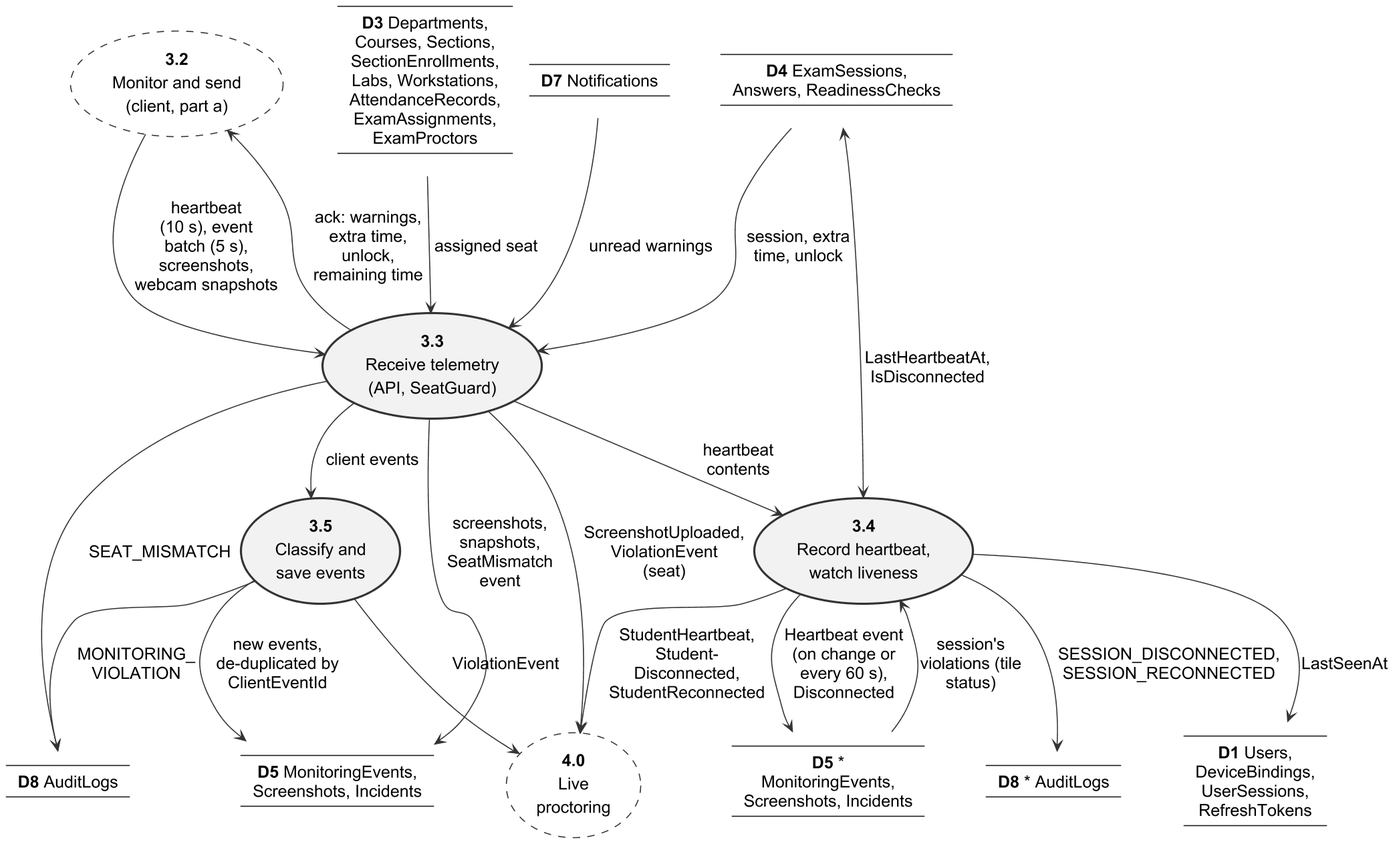
This is important docs/fyp_doc_3chatp/Figures/dfd_level_2_api.png from Haiderali27-hub/AI-Lab-Monitoring-, a PlantUML export, as it was before one commit. Source of this version:
```plantuml
@startuml
!include style.iuml
skinparam defaultFontSize 16
skinparam ArrowFontSize 16
skinparam nodesep 14
skinparam ranksep 34
skinparam defaultTextAlignment center
skinparam rectangle<<entity>> {
  BorderThickness 2
  RoundCorner 0
  BackgroundColor #FFFFFF
}
skinparam usecase {
  BorderColor #333333
  BorderThickness 2
  BackgroundColor #F2F2F2
}
skinparam usecase<<ref>> {
  BorderStyle dashed
  BorderThickness 1
  BackgroundColor #FFFFFF
}
skinparam label {
  FontSize 16
}
hide stereotype

usecase "**3.3**\nReceive telemetry\n(API, SeatGuard)" as P33
usecase "**3.4**\nRecord heartbeat,\nwatch liveness" as P34
usecase "**3.5**\nClassify and\nsave events" as P35
usecase "**4.0**\nLive\nproctoring" <<ref>> as P4
label D1 [
----
**D1** Users,
DeviceBindings,
UserSessions,
RefreshTokens
----
]
label D3 [
----
**D3** Departments,
Courses, Sections,
SectionEnrollments,
Labs, Workstations,
AttendanceRecords,
ExamAssignments,
ExamProctors
----
]
label D4 [
----
**D4** ExamSessions,
Answers, ReadinessChecks
----
]
label D5 [
----
**D5** MonitoringEvents,
Screenshots, Incidents
----
]
label D7 [
----
**D7** Notifications
----
]
label D8 [
----
**D8** AuditLogs
----
]
label D8b [
----
**D8 *** AuditLogs
----
]
label D5b [
----
**D5 ***
MonitoringEvents,
Screenshots, Incidents
----
]
usecase "**3.2**\nMonitor and send\n(client, part a)" <<ref>> as P32

P32 --> P33 : heartbeat\n(10 s), event\nbatch (5 s),\nscreenshots,\nwebcam snapshots
P32 <-- P33 : ack: warnings,\nextra time,\nunlock,\nremaining time
D3 --> P33 : assigned seat
D4 --> P33 : session, extra\ntime, unlock
D7 --> P33 : unread warnings
P33 --> P34 : heartbeat\ncontents
P33 --> P35 : client events
P33 --> D5 : screenshots,\nsnapshots,\nSeatMismatch\nevent
P33 --> D8 : SEAT_MISMATCH
P33 --> P4 : ScreenshotUploaded,\nViolationEvent\n(seat)
D4 <--> P34 : LastHeartbeatAt,\nIsDisconnected
P34 <-- D5b : session's\nviolations (tile\nstatus)
P34 --> D5b : Heartbeat event\n(on change or\nevery 60 s),\nDisconnected
P34 --> D1 : LastSeenAt
P34 --> D8b : SESSION_DISCONNECTED,\nSESSION_RECONNECTED
P34 --> P4 : StudentHeartbeat,\nStudent-\nDisconnected,\nStudentReconnected
P35 --> D5 : new events,\nde-duplicated by\nClientEventId
P35 --> D8 : MONITORING_\nVIOLATION
P35 --> P4 : ViolationEvent
D8 -[hidden]right- D5
D5 -[hidden]right- P4
P4 -[hidden]right- D5b
D5b -[hidden]right- D8b
D8b -[hidden]right- D1
P35 -[hidden]right- P34
@enduml
```
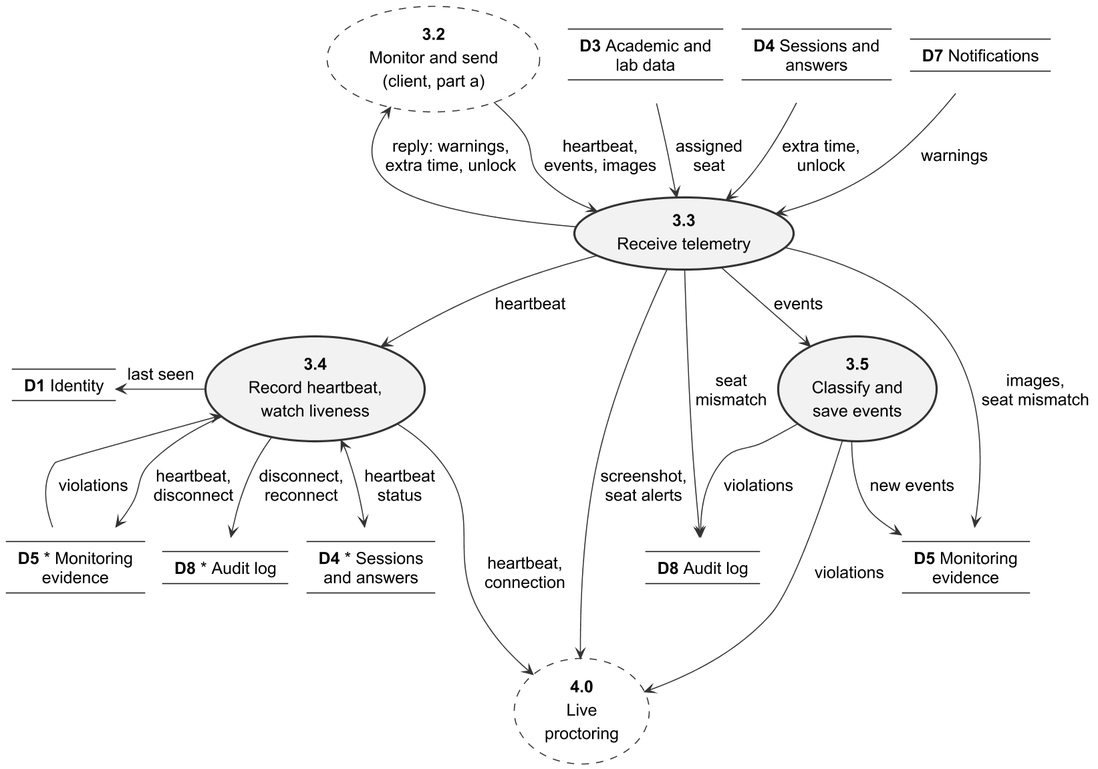
The same diagram one commit later.

Change to the diagram source:
```diff
@@ -2,8 +2,8 @@
 !include style.iuml
 skinparam defaultFontSize 16
 skinparam ArrowFontSize 16
-skinparam nodesep 14
-skinparam ranksep 34
+skinparam nodesep 16
+skinparam ranksep 40
 skinparam defaultTextAlignment center
 skinparam rectangle<<entity>> {
   BorderThickness 2
@@ -24,40 +24,19 @@
   FontSize 16
 }
 hide stereotype
+top to bottom direction
 
-usecase "**3.3**\nReceive telemetry\n(API, SeatGuard)" as P33
-usecase "**3.4**\nRecord heartbeat,\nwatch liveness" as P34
-usecase "**3.5**\nClassify and\nsave events" as P35
-usecase "**4.0**\nLive\nproctoring" <<ref>> as P4
-label D1 [
-----
-**D1** Users,
-DeviceBindings,
-UserSessions,
-RefreshTokens
-----
-]
+usecase "**3.2**\nMonitor and send\n(client, part a)" <<ref>> as P32
 label D3 [
 ----
-**D3** Departments,
-Courses, Sections,
-SectionEnrollments,
-Labs, Workstations,
-AttendanceRecords,
-ExamAssignments,
-ExamProctors
+**D3** Academic and
+lab data
 ----
 ]
 label D4 [
 ----
-**D4** ExamSessions,
-Answers, ReadinessChecks
-----
-]
-label D5 [
-----
-**D5** MonitoringEvents,
-Screenshots, Incidents
+**D4** Sessions and
+answers
 ----
 ]
 label D7 [
@@ -65,48 +44,66 @@
 **D7** Notifications
 ----
 ]
-label D8 [
+usecase "**3.3**\nReceive telemetry" as P33
+usecase "**3.4**\nRecord heartbeat,\nwatch liveness" as P34
+usecase "**3.5**\nClassify and\nsave events" as P35
+label D4b [
 ----
-**D8** AuditLogs
+**D4 *** Sessions
+and answers
+----
+]
+label D1 [
+----
+**D1** Identity
+----
+]
+label D5b [
+----
+**D5 *** Monitoring
+evidence
 ----
 ]
 label D8b [
 ----
-**D8 *** AuditLogs
+**D8 *** Audit log
 ----
 ]
-label D5b [
+label D5 [
 ----
-**D5 ***
-MonitoringEvents,
-Screenshots, Incidents
+**D5** Monitoring
+evidence
 ----
 ]
-usecase "**3.2**\nMonitor and send\n(client, part a)" <<ref>> as P32
+label D8 [
+----
+**D8** Audit log
+----
+]
+usecase "**4.0**\nLive\nproctoring" <<ref>> as P4
 
-P32 --> P33 : heartbeat\n(10 s), event\nbatch (5 s),\nscreenshots,\nwebcam snapshots
-P32 <-- P33 : ack: warnings,\nextra time,\nunlock,\nremaining time
-D3 --> P33 : assigned seat
-D4 --> P33 : session, extra\ntime, unlock
-D7 --> P33 : unread warnings
-P33 --> P34 : heartbeat\ncontents
-P33 --> P35 : client events
-P33 --> D5 : screenshots,\nsnapshots,\nSeatMismatch\nevent
-P33 --> D8 : SEAT_MISMATCH
-P33 --> P4 : ScreenshotUploaded,\nViolationEvent\n(seat)
-D4 <--> P34 : LastHeartbeatAt,\nIsDisconnected
-P34 <-- D5b : session's\nviolations (tile\nstatus)
-P34 --> D5b : Heartbeat event\n(on change or\nevery 60 s),\nDisconnected
-P34 --> D1 : LastSeenAt
-P34 --> D8b : SESSION_DISCONNECTED,\nSESSION_RECONNECTED
-P34 --> P4 : StudentHeartbeat,\nStudent-\nDisconnected,\nStudentReconnected
-P35 --> D5 : new events,\nde-duplicated by\nClientEventId
-P35 --> D8 : MONITORING_\nVIOLATION
-P35 --> P4 : ViolationEvent
-D8 -[hidden]right- D5
-D5 -[hidden]right- P4
-P4 -[hidden]right- D5b
-D5b -[hidden]right- D8b
-D8b -[hidden]right- D1
-P35 -[hidden]right- P34
+P32 --> P33 : heartbeat,\nevents, images
+P32 <-- P33 : reply: warnings,\nextra time, unlock
+D3 --> P33 : assigned\nseat
+D4 --> P33 : extra time,\nunlock
+D7 --> P33 : warnings
+P33 --> P34 : heartbeat
+P33 --> P35 : events
+P33 --> D5 : images,\nseat mismatch
+P33 --> D8 : seat\nmismatch
+P33 --> P4 : screenshot,\nseat alerts
+
+P34 <--> D4b : heartbeat\nstatus
+D1 <- P34 : last seen
+P34 <-- D5b : violations
+P34 --> D5b : heartbeat,\ndisconnect
+P34 --> D8b : disconnect,\nreconnect
+P34 --> P4 : heartbeat,\nconnection
+
+P35 --> D5 : new events
+P35 --> D8 : violations
+P35 --> P4 : violations
+
+D5b -[hidden]-> P4
+D5 -[hidden]-> P4
 @enduml
```
